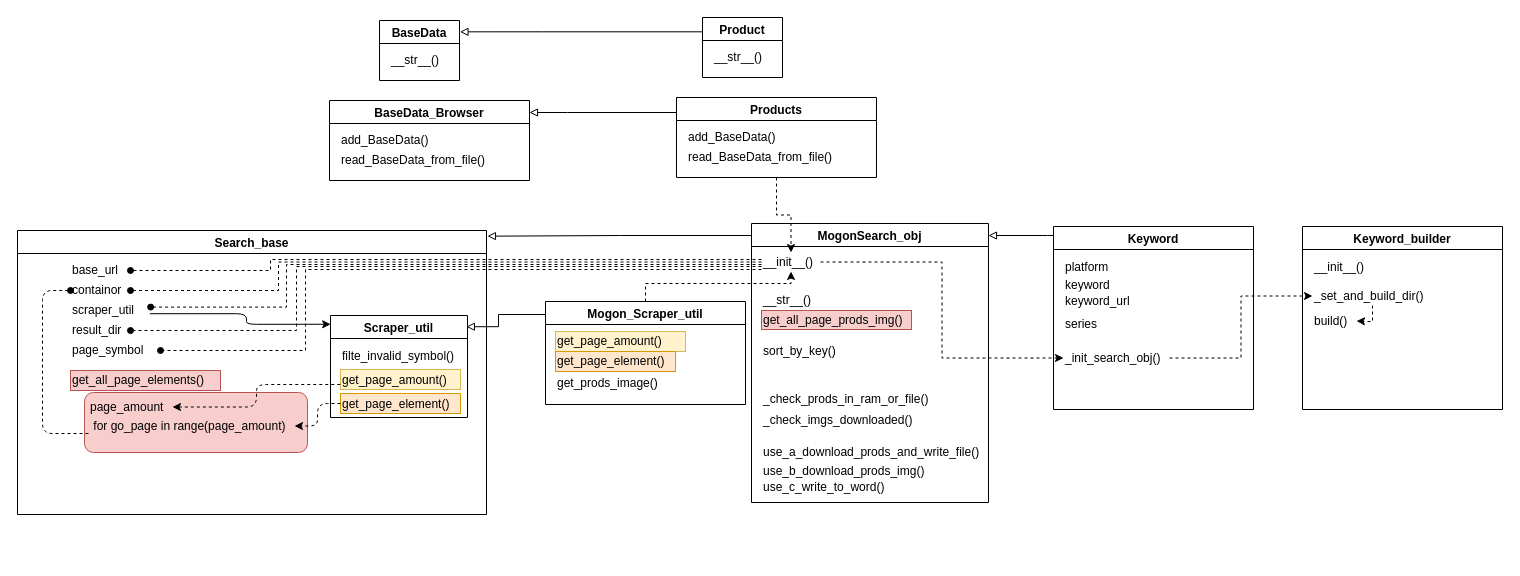
KongBOy/kong_mogon keeps this draw.io diagram as 關聯圖.drawio. Above is the earlier version. Source tidied: cells renumbered, new cells numbered last; positions are measured from the earlier drawing's top-left corner, leaving out a move shared by most shapes. Both pictures are drawn from the tidied source at 100%, with x=0, y=0 at pixel (17, 17).
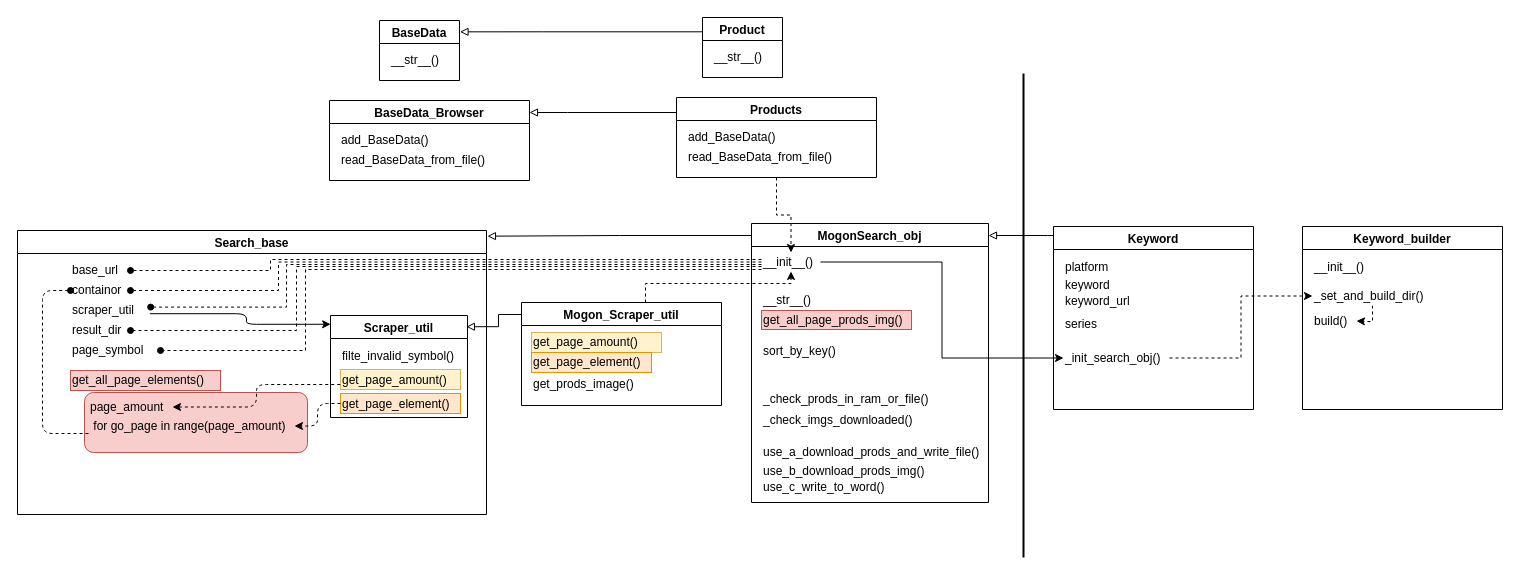
The same page after the edit.

Unchanged cells that the change refers to:
```xml
<mxCell id="49" value="__init__()" style="rounded=0;whiteSpace=wrap;strokeColor=none;align=left;fillColor=none;" parent="40" vertex="1">
  <mxGeometry x="10" y="29" width="59" height="19" as="geometry" />
</mxCell>
<mxCell id="53" value="_init_search_obj()" style="rounded=0;whiteSpace=wrap;strokeColor=none;align=left;" parent="51" vertex="1">
  <mxGeometry x="10" y="122" width="106" height="19" as="geometry" />
</mxCell>
```

Diff of the diagram source:
```diff
@@
     <mxCell id="35" value="Mogon_Scraper_util" style="swimlane;startSize=23;" parent="1" vertex="1">
-      <mxGeometry x="528" y="284" width="200" height="103" as="geometry" />
+      <mxGeometry x="504" y="285" width="200" height="103" as="geometry" />
     </mxCell>
@@
-    <mxCell id="62" style="edgeStyle=orthogonalEdgeStyle;rounded=0;jettySize=auto;html=1;entryX=0;entryY=0.5;entryDx=0;entryDy=0;startArrow=none;startFill=0;endArrow=classic;endFill=1;dashed=1;" parent="1" edge="1" source="49" target="53">
+    <mxCell id="62" style="edgeStyle=orthogonalEdgeStyle;rounded=0;jettySize=auto;html=1;entryX=0;entryY=0.5;entryDx=0;entryDy=0;startArrow=none;startFill=0;endArrow=classic;endFill=1;" parent="1" edge="1" source="49" target="53">
       <mxGeometry relative="1" as="geometry" />
     </mxCell>
@@
+    <mxCell id="69" style="line;strokeWidth=2;direction=south;html=1;" parent="1" vertex="1">
+      <mxGeometry x="1001" y="56" width="10" height="484" as="geometry" />
+    </mxCell>
```
